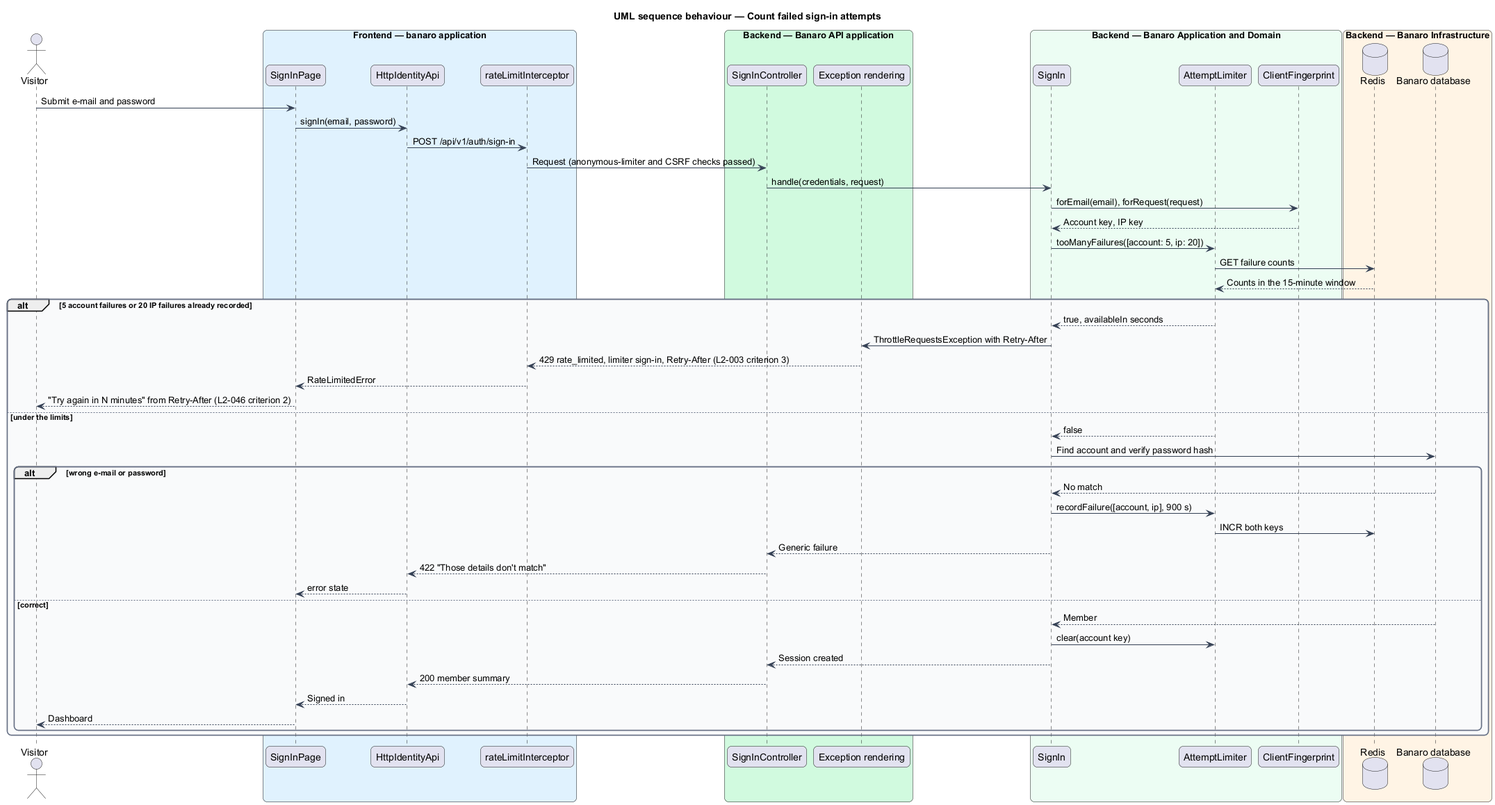
The PlantUML diagram docs/detailed-designs/security/limit-request-rates/diagrams/sequence-count-sign-in-failures.png in QuinntyneBrown/banaro, before a commit.
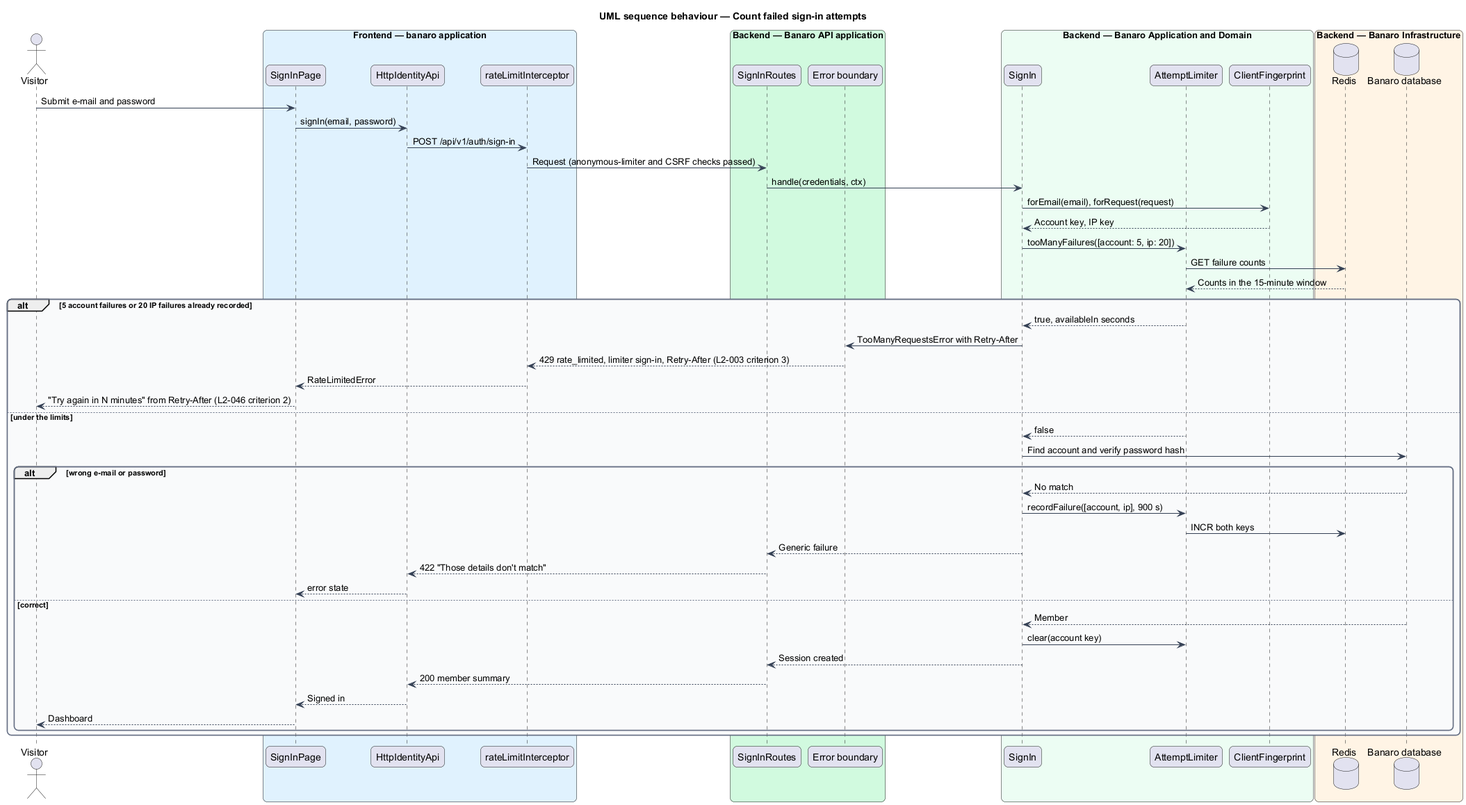
After the commit.

Diff of the diagram source:
```diff
@@ -21,8 +21,8 @@
   participant "rateLimitInterceptor" as interceptor
 end box
 box "Backend — Banaro API application" #D1FADF
-  participant "SignInController" as controller
-  participant "Exception rendering" as render
+  participant "SignInRoutes" as controller
+  participant "Error boundary" as render
 end box
 box "Backend — Banaro Application and Domain" #ECFDF3
   participant "SignIn" as action
@@ -38,7 +38,7 @@
 page -> client : signIn(email, password)
 client -> interceptor : POST /api/v1/auth/sign-in
 interceptor -> controller : Request (anonymous-limiter and CSRF checks passed)
-controller -> action : handle(credentials, request)
+controller -> action : handle(credentials, ctx)
 action -> fingerprint : forEmail(email), forRequest(request)
 fingerprint --> action : Account key, IP key
 action -> attempts : tooManyFailures([account: 5, ip: 20])
@@ -46,7 +46,7 @@
 redis --> attempts : Counts in the 15-minute window
 alt 5 account failures or 20 IP failures already recorded
   attempts --> action : true, availableIn seconds
-  action -> render : ThrottleRequestsException with Retry-After
+  action -> render : TooManyRequestsError with Retry-After
   render --> interceptor : 429 rate_limited, limiter sign-in, Retry-After (L2-003 criterion 3)
   interceptor --> page : RateLimitedError
   page --> actor : "Try again in N minutes" from Retry-After (L2-046 criterion 2)
```
